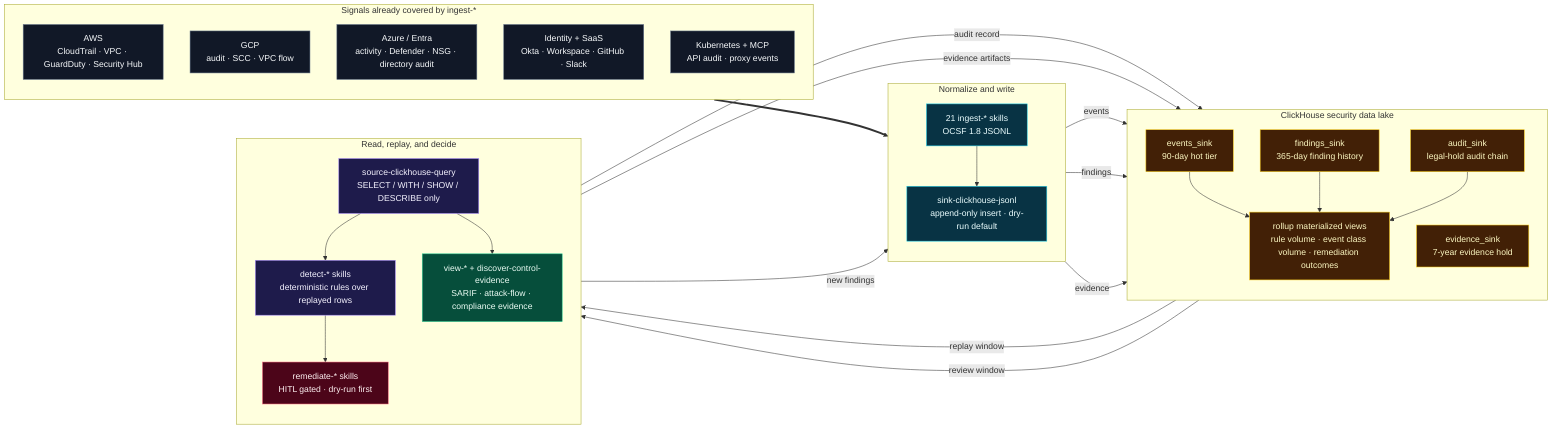
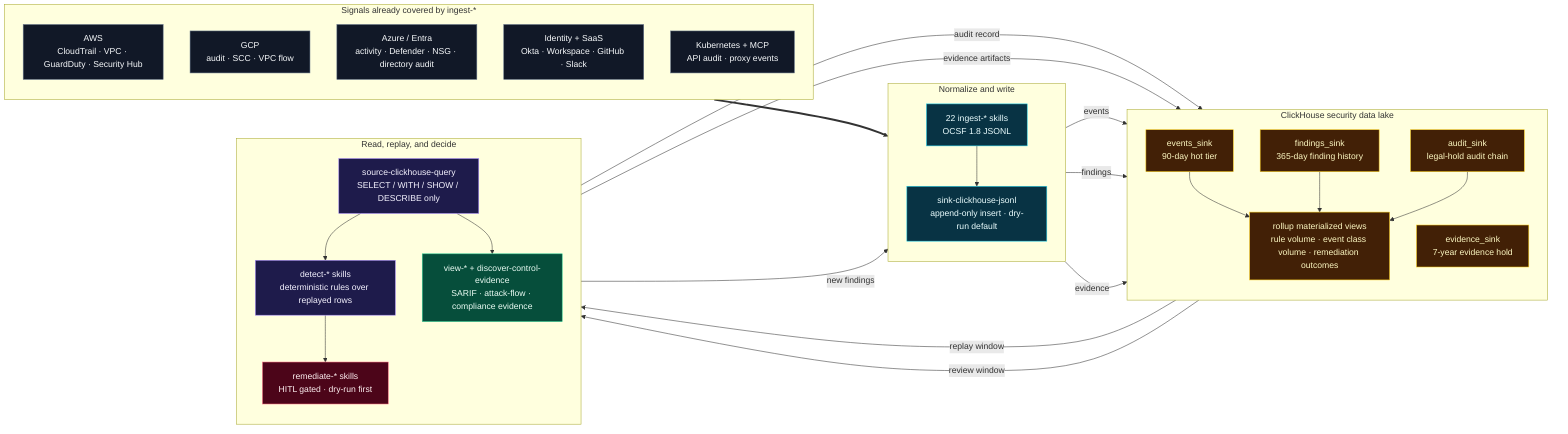
%% ClickHouse security data lake — closed-loop lanes.
%% Hero-narrative companion to docs/CLICKHOUSE_DATA_LAKE.md.
%% Render with `mmdc -i clickhouse-data-lake.mmd -o clickhouse-data-lake.svg`.

flowchart LR
    classDef signal    fill:#111827,stroke:#64748b,color:#f8fafc
    classDef transform fill:#083344,stroke:#22d3ee,color:#ecfeff
    classDef lake      fill:#422006,stroke:#facc15,color:#fef9c3
    classDef query     fill:#1e1b4b,stroke:#a78bfa,color:#f5f3ff
    classDef output    fill:#064e3b,stroke:#34d399,color:#ecfdf5
    classDef audit     fill:#4c0519,stroke:#fb7185,color:#fff1f2

    subgraph SIG["Signals already covered by ingest-*"]
      direction TB
      AWS["AWS<br/>CloudTrail · VPC · GuardDuty · Security Hub"]:::signal
      GCP["GCP<br/>audit · SCC · VPC flow"]:::signal
      AZ["Azure / Entra<br/>activity · Defender · NSG · directory audit"]:::signal
      IDP["Identity + SaaS<br/>Okta · Workspace · GitHub · Slack"]:::signal
      KSP["Kubernetes + MCP<br/>API audit · proxy events"]:::signal
    end

    subgraph L1["Normalize and write"]
      direction TB
-       ING["21 ingest-* skills<br/>OCSF 1.8 JSONL"]:::transform
+       ING["22 ingest-* skills<br/>OCSF 1.8 JSONL"]:::transform
      SINK["sink-clickhouse-jsonl<br/>append-only insert · dry-run default"]:::transform
    end

    subgraph LAKE["ClickHouse security data lake"]
      direction TB
      HOT["events_sink<br/>90-day hot tier"]:::lake
      FIND["findings_sink<br/>365-day finding history"]:::lake
      EVID["evidence_sink<br/>7-year evidence hold"]:::lake
      AUD["audit_sink<br/>legal-hold audit chain"]:::lake
      MV["rollup materialized views<br/>rule volume · event class volume · remediation outcomes"]:::lake
    end

    subgraph REPLAY["Read, replay, and decide"]
      direction TB
      SRC["source-clickhouse-query<br/>SELECT / WITH / SHOW / DESCRIBE only"]:::query
      DET["detect-* skills<br/>deterministic rules over replayed rows"]:::query
      VIEW["view-* + discover-control-evidence<br/>SARIF · attack-flow · compliance evidence"]:::output
      REM["remediate-* skills<br/>HITL gated · dry-run first"]:::audit
    end

    SIG ==> ING
    ING --> SINK
    SINK -- "events" --> HOT
    SINK -- "findings" --> FIND
    SINK -- "evidence" --> EVID
    HOT --> MV
    FIND --> MV
    AUD --> MV
    HOT -- "replay window" --> SRC
    FIND -- "review window" --> SRC
    SRC --> DET
    SRC --> VIEW
    DET -- "new findings" --> SINK
    DET --> REM
    REM -- "audit record" --> AUD
    VIEW -- "evidence artifacts" --> EVID
